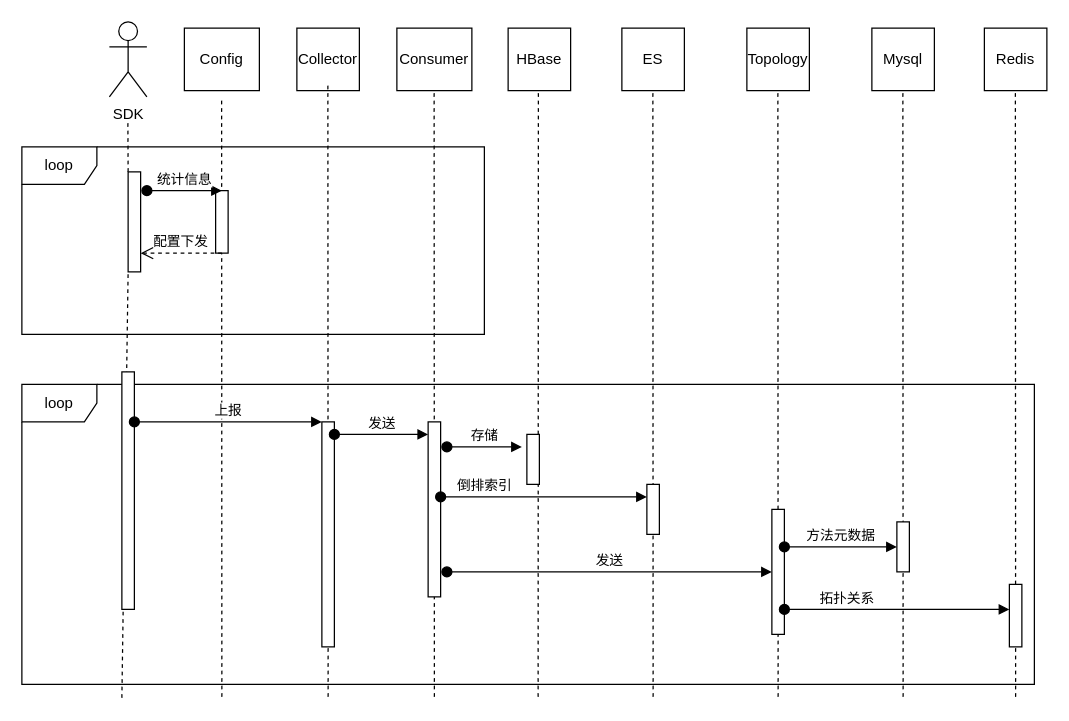
Above: Trace原始数据处理时序图.drawio in tiankuanyu/test (draw.io), before the change. Source tidied: cells renumbered, new cells numbered last; positions are measured from the earlier drawing's top-left corner, leaving out a move shared by most shapes. Both pictures are drawn from the tidied source at 125%, with x=0, y=0 at pixel (21, 21).
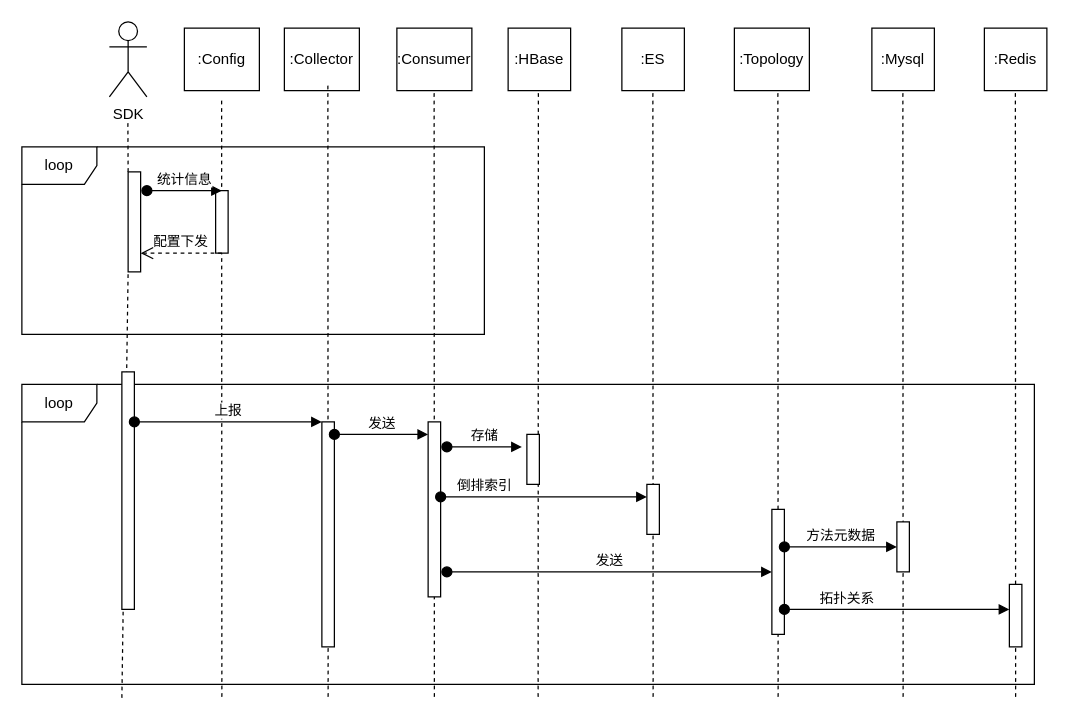
The same page after the edit.

Commit message (it also covers changes not shown here):
更新Trace原始数据处理时序图.drawio

What changed in the source:
```diff
@@
-    <mxCell id="3" value="Config" style="rounded=0;whiteSpace=wrap;html=1;" parent="1" vertex="1">
+    <mxCell id="3" value=":Config" style="rounded=0;whiteSpace=wrap;html=1;" parent="1" vertex="1">
       <mxGeometry x="130" y="5" width="60" height="50" as="geometry" />
     </mxCell>
-    <mxCell id="4" value="Collector" style="rounded=0;whiteSpace=wrap;html=1;" parent="1" vertex="1">
-      <mxGeometry x="220" y="5" width="50" height="50" as="geometry" />
+    <mxCell id="4" value=":Collector" style="rounded=0;whiteSpace=wrap;html=1;" parent="1" vertex="1">
+      <mxGeometry x="210" y="5" width="60" height="50" as="geometry" />
     </mxCell>
-    <mxCell id="5" value="Consumer" style="rounded=0;whiteSpace=wrap;html=1;" parent="1" vertex="1">
+    <mxCell id="5" value=":Consumer" style="rounded=0;whiteSpace=wrap;html=1;" parent="1" vertex="1">
       <mxGeometry x="300" y="5" width="60" height="50" as="geometry" />
     </mxCell>
-    <mxCell id="6" value="HBase" style="rounded=0;whiteSpace=wrap;html=1;" parent="1" vertex="1">
+    <mxCell id="6" value=":HBase" style="rounded=0;whiteSpace=wrap;html=1;" parent="1" vertex="1">
       <mxGeometry x="389" y="5" width="50" height="50" as="geometry" />
     </mxCell>
-    <mxCell id="7" value="ES" style="rounded=0;whiteSpace=wrap;html=1;" parent="1" vertex="1">
+    <mxCell id="7" value=":ES" style="rounded=0;whiteSpace=wrap;html=1;" parent="1" vertex="1">
       <mxGeometry x="480" y="5" width="50" height="50" as="geometry" />
     </mxCell>
-    <mxCell id="8" value="Topology" style="rounded=0;whiteSpace=wrap;html=1;" parent="1" vertex="1">
-      <mxGeometry x="580" y="5" width="50" height="50" as="geometry" />
+    <mxCell id="8" value=":Topology" style="rounded=0;whiteSpace=wrap;html=1;" parent="1" vertex="1">
+      <mxGeometry x="570" y="5" width="60" height="50" as="geometry" />
     </mxCell>
-    <mxCell id="9" value="Mysql" style="rounded=0;whiteSpace=wrap;html=1;" parent="1" vertex="1">
+    <mxCell id="9" value=":Mysql" style="rounded=0;whiteSpace=wrap;html=1;" parent="1" vertex="1">
       <mxGeometry x="680" y="5" width="50" height="50" as="geometry" />
     </mxCell>
-    <mxCell id="10" value="Redis" style="rounded=0;whiteSpace=wrap;html=1;" parent="1" vertex="1">
+    <mxCell id="10" value=":Redis" style="rounded=0;whiteSpace=wrap;html=1;" parent="1" vertex="1">
       <mxGeometry x="770" y="5" width="50" height="50" as="geometry" />
     </mxCell>
```
